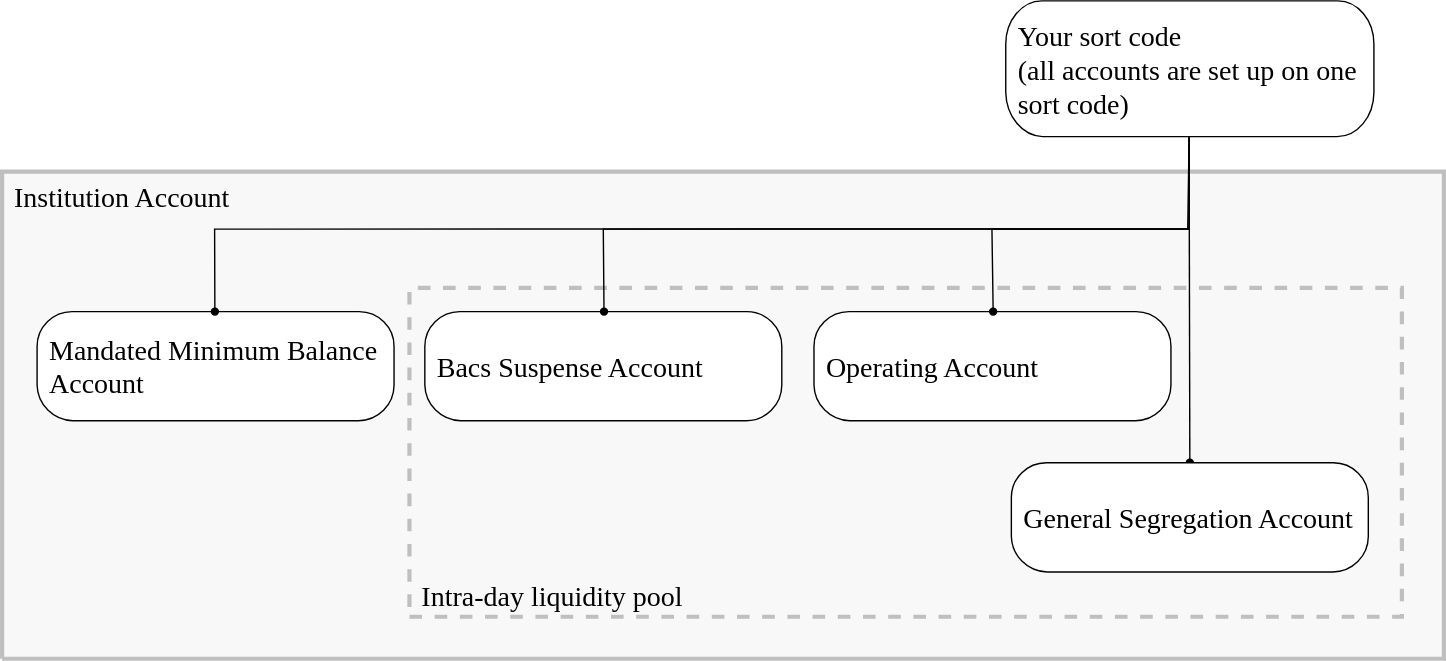
Above: static/assets/images/Accounts-Day1.svg in clearbank/clearbank.github.io (draw.io), before the change. Source tidied: cells renumbered, new cells last; positions are measured from the earlier drawing's top-left corner, leaving out a move shared by most shapes.
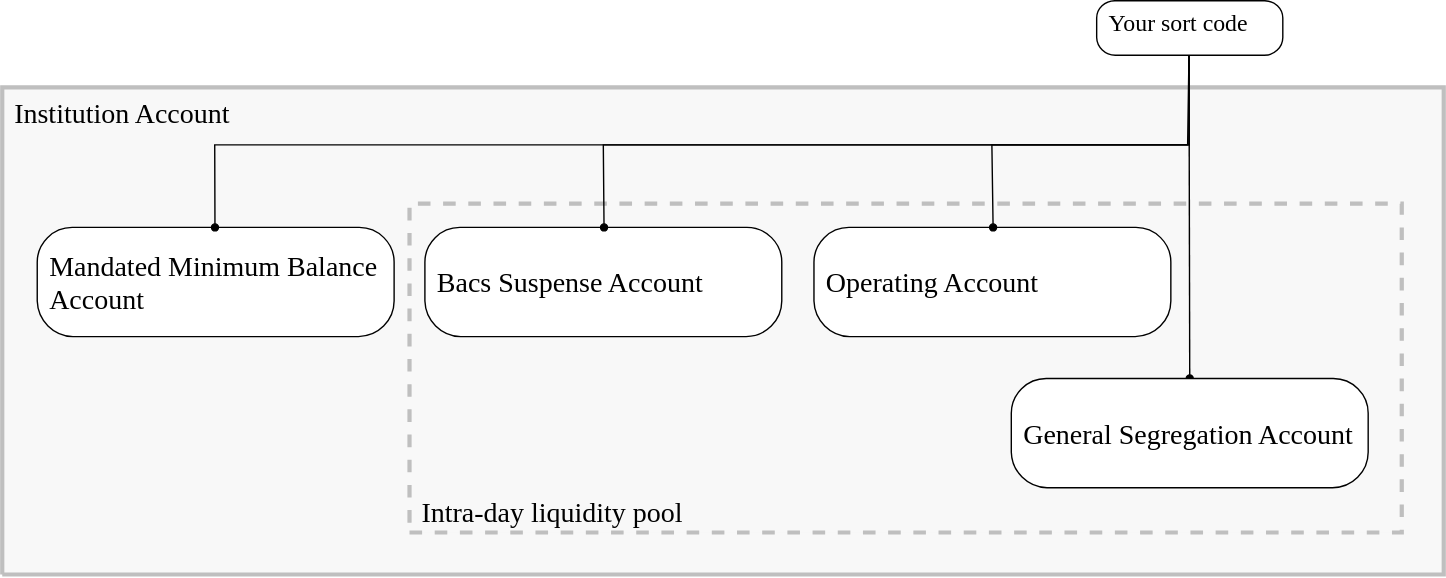
After the change.

Diff of the diagram source:
```diff
@@ -17,11 +17,9 @@
     <mxCell id="6" value="&lt;div style=&quot;font-size: 20px;&quot;&gt;&lt;p style=&quot;margin: 0px; text-indent: 0px; direction: ltr; font-size: 20px;&quot;&gt;&lt;font style=&quot;font-size: 20px; color: rgb(0, 0, 0); direction: ltr; letter-spacing: 0px; line-height: 120%; opacity: 1;&quot;&gt;&lt;span style=&quot;font-size: 20px;&quot;&gt;&lt;font face=&quot;Clear Sans Display&quot; style=&quot;font-size: 20px;&quot;&gt;Operating Account&lt;/font&gt;&lt;/span&gt;&lt;/font&gt;&lt;/p&gt;&lt;/div&gt;" style="verticalAlign=middle;align=left;vsdxID=4;fillColor=#ffffff;gradientColor=none;shape=(stored shape, 328 characters);strokeColor=#000000;points=[[1,0.5,0],[0.5,0.5,0],[0.5,0,0],[0.03,0.1,0],[0.97,0.1,0],[0.03,0.9,0],[0.97,0.9,0]];labelBackgroundColor=none;rounded=0;html=1;whiteSpace=wrap;fontFamily=Clear Sans Text;fontStyle=0;spacingLeft=7;fontSize=20;" parent="1" vertex="1">
       <mxGeometry x="580" y="222" width="255" height="78" as="geometry" />
     </mxCell>
-    <mxCell id="7" value="&lt;div style=&quot;font-size: 20px;&quot;&gt;&lt;p style=&quot;margin: 0px; text-indent: 0px; direction: ltr; font-size: 20px;&quot;&gt;&lt;font style=&quot;font-size: 20px; color: rgb(0, 0, 0); direction: ltr; letter-spacing: 0px; line-height: 120%; opacity: 1;&quot;&gt;&lt;span style=&quot;font-size: 20px;&quot;&gt;&lt;font face=&quot;Clear Sans Display&quot; style=&quot;font-size: 20px;&quot;&gt;Your sort code&lt;/font&gt;&lt;br style=&quot;font-size: 20px;&quot;&gt;&lt;/span&gt;&lt;span style=&quot;letter-spacing: 0px; background-color: initial;&quot;&gt;(all accounts are set up on one sort code)&lt;/span&gt;&lt;span style=&quot;font-size: 20px;&quot;&gt;&lt;br&gt;&lt;/span&gt;&lt;/font&gt;&lt;/p&gt;&lt;/div&gt;" style="verticalAlign=middle;align=left;vsdxID=14;fillColor=#ffffff;gradientColor=none;shape=(stored shape, 328 characters);strokeColor=#000000;points=[[1,0.5,0],[0.5,0.5,0],[0.5,0,0],[0.03,0.1,0],[0.97,0.1,0],[0.03,0.9,0],[0.97,0.9,0]];labelBackgroundColor=none;rounded=0;html=1;whiteSpace=wrap;fontFamily=Clear Sans Text;fontStyle=0;spacingLeft=7;fontSize=20;" parent="1" vertex="1">
-      <mxGeometry x="717" width="263" height="97" as="geometry" />
-    </mxCell>
-    <mxCell id="8" style="vsdxID=24;edgeStyle=none;startArrow=none;endArrow=oval;startSize=5;endSize=5;strokeColor=#000000;spacingTop=0;spacingBottom=0;spacingLeft=7;spacingRight=0;verticalAlign=middle;html=1;labelBackgroundColor=#ffffff;rounded=0;exitX=0.4980392156862745;exitY=1;exitDx=0;exitDy=0;exitPerimeter=0;entryX=0.4980392156862745;entryY=0;entryDx=0;entryDy=0;entryPerimeter=0;fontFamily=Clear Sans Text;fontStyle=0;" parent="1" edge="1" source="7" target="4">
+    <mxCell id="8" style="vsdxID=24;edgeStyle=none;startArrow=none;endArrow=oval;startSize=5;endSize=5;strokeColor=#000000;spacingTop=0;spacingBottom=0;spacingLeft=7;spacingRight=0;verticalAlign=middle;html=1;labelBackgroundColor=#ffffff;rounded=0;exitX=0.4980392156862745;exitY=1;exitDx=0;exitDy=0;exitPerimeter=0;entryX=0.4980392156862745;entryY=0;entryDx=0;entryDy=0;entryPerimeter=0;fontFamily=Clear Sans Text;fontStyle=0;" parent="1" edge="1" target="4">
       <mxGeometry relative="1" as="geometry">
+        <mxPoint x="848" y="97" as="sourcePoint" />
         <Array as="points">
           <mxPoint x="848" y="163" />
           <mxPoint x="151.8" y="163" />
@@ -29,8 +27,9 @@
         <mxPoint x="-1" as="offset" />
       </mxGeometry>
     </mxCell>
-    <mxCell id="9" style="vsdxID=23;edgeStyle=none;startArrow=none;endArrow=oval;startSize=5;endSize=5;strokeColor=#000000;spacingTop=0;spacingBottom=0;spacingLeft=7;spacingRight=0;verticalAlign=middle;html=1;labelBackgroundColor=#ffffff;rounded=0;exitX=0.4980392156862745;exitY=1;exitDx=0;exitDy=0;exitPerimeter=0;entryX=0.5019607843137255;entryY=0;entryDx=0;entryDy=0;entryPerimeter=0;fontFamily=Clear Sans Text;fontStyle=0;" parent="1" edge="1" source="7" target="5">
+    <mxCell id="9" style="vsdxID=23;edgeStyle=none;startArrow=none;endArrow=oval;startSize=5;endSize=5;strokeColor=#000000;spacingTop=0;spacingBottom=0;spacingLeft=7;spacingRight=0;verticalAlign=middle;html=1;labelBackgroundColor=#ffffff;rounded=0;exitX=0.4980392156862745;exitY=1;exitDx=0;exitDy=0;exitPerimeter=0;entryX=0.5019607843137255;entryY=0;entryDx=0;entryDy=0;entryPerimeter=0;fontFamily=Clear Sans Text;fontStyle=0;" parent="1" edge="1" target="5">
       <mxGeometry relative="1" as="geometry">
+        <mxPoint x="848" y="97" as="sourcePoint" />
         <Array as="points">
           <mxPoint x="848" y="163" />
           <mxPoint x="429.5" y="163" />
@@ -38,8 +37,9 @@
         <mxPoint x="-1" as="offset" />
       </mxGeometry>
     </mxCell>
-    <mxCell id="10" style="vsdxID=22;edgeStyle=none;startArrow=none;endArrow=oval;startSize=5;endSize=5;strokeColor=#000000;spacingTop=0;spacingBottom=0;spacingLeft=7;spacingRight=0;verticalAlign=middle;html=1;labelBackgroundColor=#ffffff;rounded=0;exitX=0.4980392156862745;exitY=1;exitDx=0;exitDy=0;exitPerimeter=0;entryX=0.5019607843137255;entryY=0;entryDx=0;entryDy=0;entryPerimeter=0;fontFamily=Clear Sans Text;fontStyle=0;" parent="1" edge="1" source="7" target="6">
+    <mxCell id="10" style="vsdxID=22;edgeStyle=none;startArrow=none;endArrow=oval;startSize=5;endSize=5;strokeColor=#000000;spacingTop=0;spacingBottom=0;spacingLeft=7;spacingRight=0;verticalAlign=middle;html=1;labelBackgroundColor=#ffffff;rounded=0;exitX=0.4980392156862745;exitY=1;exitDx=0;exitDy=0;exitPerimeter=0;entryX=0.5019607843137255;entryY=0;entryDx=0;entryDy=0;entryPerimeter=0;fontFamily=Clear Sans Text;fontStyle=0;" parent="1" edge="1" target="6">
       <mxGeometry relative="1" as="geometry">
+        <mxPoint x="848" y="97" as="sourcePoint" />
         <Array as="points">
           <mxPoint x="847" y="163" />
           <mxPoint x="707.1" y="163" />
@@ -52,11 +52,16 @@
     <mxCell id="12" style="fontFamily=Clear Sans Text;fontStyle=0;spacingLeft=7;" parent="1" vertex="1">
       <mxGeometry x="708" y="466" as="geometry" />
     </mxCell>
-    <mxCell id="13" style="vsdxID=19;edgeStyle=none;startArrow=none;endArrow=oval;startSize=5;endSize=5;strokeColor=#000000;spacingTop=0;spacingBottom=0;spacingLeft=7;spacingRight=0;verticalAlign=middle;html=1;labelBackgroundColor=#ffffff;rounded=0;exitX=0.4980392156862745;exitY=1;exitDx=0;exitDy=0;exitPerimeter=0;fontFamily=Clear Sans Text;fontStyle=0;entryX=0.5;entryY=0;entryDx=0;entryDy=0;entryPerimeter=0;" parent="1" edge="1" source="7" target="14">
-      <mxGeometry relative="1" as="geometry" />
+    <mxCell id="13" style="vsdxID=19;edgeStyle=none;startArrow=none;endArrow=oval;startSize=5;endSize=5;strokeColor=#000000;spacingTop=0;spacingBottom=0;spacingLeft=7;spacingRight=0;verticalAlign=middle;html=1;labelBackgroundColor=#ffffff;rounded=0;exitX=0.4980392156862745;exitY=1;exitDx=0;exitDy=0;exitPerimeter=0;fontFamily=Clear Sans Text;fontStyle=0;entryX=0.5;entryY=0;entryDx=0;entryDy=0;entryPerimeter=0;" parent="1" edge="1" target="14">
+      <mxGeometry relative="1" as="geometry">
+        <mxPoint x="848" y="97" as="sourcePoint" />
+      </mxGeometry>
     </mxCell>
     <mxCell id="14" value="&lt;div style=&quot;font-size: 20px;&quot;&gt;&lt;p style=&quot;margin: 0px; text-indent: 0px; direction: ltr; font-size: 20px;&quot;&gt;&lt;font style=&quot;font-size: 20px; color: rgb(0, 0, 0); direction: ltr; letter-spacing: 0px; line-height: 120%; opacity: 1;&quot;&gt;&lt;span style=&quot;font-size: 20px;&quot;&gt;&lt;font face=&quot;Clear Sans Display&quot; style=&quot;font-size: 20px;&quot;&gt;General Segregation Account&lt;/font&gt;&lt;/span&gt;&lt;/font&gt;&lt;/p&gt;&lt;/div&gt;" style="verticalAlign=middle;align=left;vsdxID=4;fillColor=#ffffff;gradientColor=none;shape=(stored shape, 328 characters);strokeColor=#000000;points=[[1,0.5,0],[0.5,0.5,0],[0.5,0,0],[0.03,0.1,0],[0.97,0.1,0],[0.03,0.9,0],[0.97,0.9,0]];labelBackgroundColor=none;rounded=0;html=1;whiteSpace=wrap;fontFamily=Clear Sans Text;fontStyle=0;spacingLeft=7;fontSize=20;" parent="1" vertex="1">
       <mxGeometry x="721" y="330" width="255" height="78" as="geometry" />
     </mxCell>
+    <mxCell id="15" value="&lt;div style=&quot;font-size: 17px;&quot;&gt;&lt;p style=&quot;margin: 0px; text-indent: 0px; direction: ltr; font-size: 17px;&quot;&gt;&lt;font style=&quot;font-size: 17px; color: rgb(0, 0, 0); direction: ltr; letter-spacing: 0px; line-height: 120%; opacity: 1;&quot;&gt;&lt;span style=&quot;font-size: 17px;&quot;&gt;&lt;font face=&quot;Clear Sans Display&quot; style=&quot;font-size: 17px;&quot;&gt;Your sort code&lt;/font&gt;&lt;br style=&quot;font-size: 17px;&quot;&gt;&lt;/span&gt;&lt;/font&gt;&lt;/p&gt;&lt;/div&gt;" style="verticalAlign=top;align=left;vsdxID=14;fillColor=#ffffff;gradientColor=none;shape=(stored shape, 328 characters);strokeColor=#000000;labelBackgroundColor=none;rounded=0;html=1;whiteSpace=wrap;fontFamily=Clear Sans Text;fontStyle=0;spacingLeft=7;fontSize=17;spacingBottom=0;spacingTop=0;" parent="1" vertex="1">
+      <mxGeometry x="782" y="60" width="133" height="39" as="geometry" />
+    </mxCell>
   </root>
 </mxGraphModel>
```
